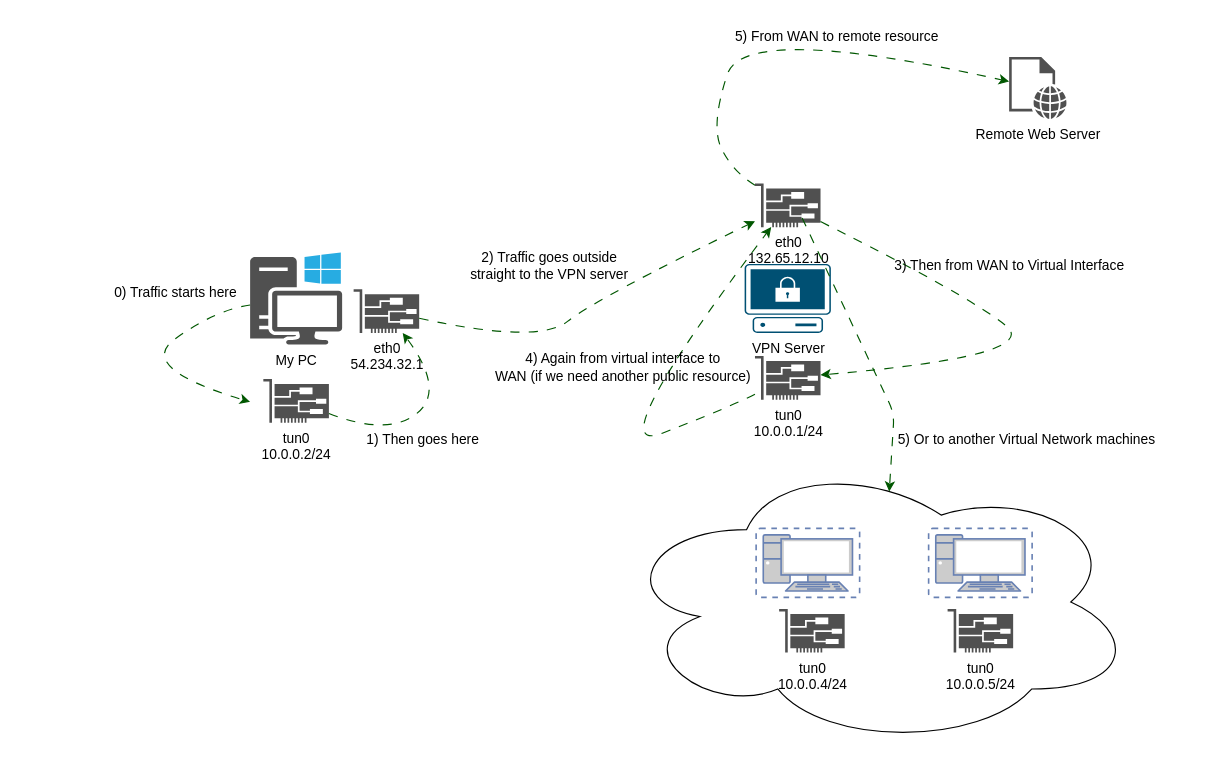
This is VPN.drawio from dimerz-tech/draw.io, a draw.io file, before an edit. Source tidied: cells renumbered, new cells numbered last; positions are measured from the earlier drawing's top-left corner, leaving out a move shared by most shapes. Both pictures are drawn from the tidied source at 115%, with x=0, y=0 at pixel (100, 20).
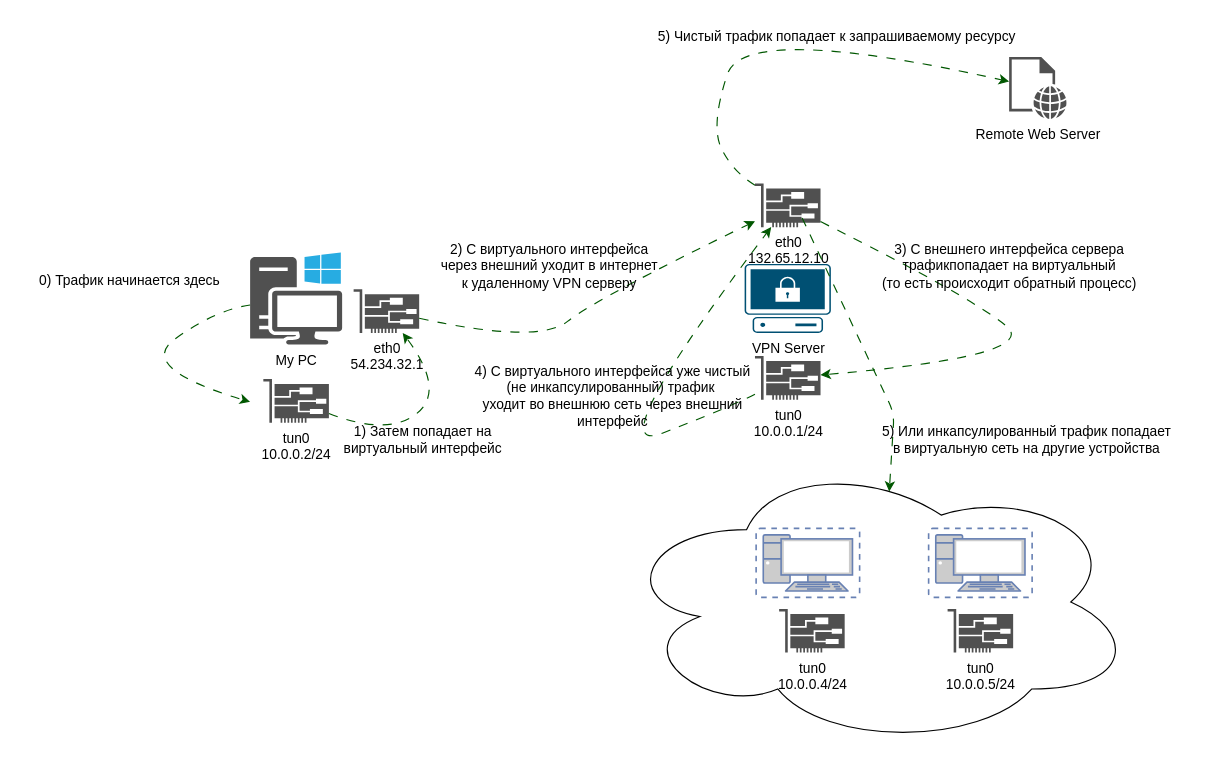
The same page after the edit.

What changed in the source:
```diff
@@
-    <mxCell id="15" value="0) Traffic starts here" style="text;html=1;align=center;verticalAlign=middle;strokeColor=none;fillColor=none;" parent="1" vertex="1">
-      <mxGeometry y="222" width="130" height="30" as="geometry" />
+    <mxCell id="15" value="0) Трафик начинается здесь" style="text;html=1;align=center;verticalAlign=middle;strokeColor=none;fillColor=none;" parent="1" vertex="1">
+      <mxGeometry x="-70" y="212" width="190" height="30" as="geometry" />
     </mxCell>
-    <mxCell id="16" value="1) Then goes here" style="text;html=1;align=center;verticalAlign=middle;strokeColor=none;fillColor=none;" parent="1" vertex="1">
-      <mxGeometry x="220" y="350" width="120" height="30" as="geometry" />
+    <mxCell id="16" value="1) Затем попадает на&lt;br&gt;виртуальный интерфейс" style="text;html=1;align=center;verticalAlign=middle;strokeColor=none;fillColor=none;" parent="1" vertex="1">
+      <mxGeometry x="200" y="345" width="160" height="40" as="geometry" />
     </mxCell>
@@
-    <mxCell id="18" value="2) Traffic goes outside &lt;br&gt;straight to the VPN server" style="text;html=1;align=center;verticalAlign=middle;strokeColor=none;fillColor=none;" parent="1" vertex="1">
-      <mxGeometry x="310" y="194" width="160" height="40" as="geometry" />
+    <mxCell id="18" value="2) С виртуального интерфейса&lt;br&gt;через внешний уходит в интернет&lt;br&gt;к удаленному VPN серверу" style="text;html=1;align=center;verticalAlign=middle;strokeColor=none;fillColor=none;" parent="1" vertex="1">
+      <mxGeometry x="280" y="184" width="220" height="60" as="geometry" />
     </mxCell>
@@
-    <mxCell id="20" value="3) Then from WAN to Virtual Interface" style="text;html=1;align=center;verticalAlign=middle;strokeColor=none;fillColor=none;" parent="1" vertex="1">
-      <mxGeometry x="680" y="199" width="220" height="30" as="geometry" />
+    <mxCell id="20" value="3) С внешнего интерфейса сервера &lt;br&gt;трафикпопадает на виртуальный &lt;br&gt;(то есть происходит обратный процесс)" style="text;html=1;align=center;verticalAlign=middle;strokeColor=none;fillColor=none;" parent="1" vertex="1">
+      <mxGeometry x="665" y="184" width="250" height="60" as="geometry" />
     </mxCell>
@@
-    <mxCell id="22" value="4) Again from virtual interface to &lt;br&gt;WAN (if we need another public resource)" style="text;html=1;align=center;verticalAlign=middle;strokeColor=none;fillColor=none;" parent="1" vertex="1">
-      <mxGeometry x="329" y="282" width="250" height="40" as="geometry" />
+    <mxCell id="22" value="4) С виртуального интерфейса уже чистый&lt;br&gt;(не инкапсулированный) трафик&amp;nbsp;&lt;br&gt;уходит во внешнюю сеть через внешний&lt;br&gt;интерфейс" style="text;html=1;align=center;verticalAlign=middle;strokeColor=none;fillColor=none;" parent="1" vertex="1">
+      <mxGeometry x="310" y="292" width="270" height="70" as="geometry" />
     </mxCell>
@@
-    <mxCell id="24" value="5) From WAN to remote resource" style="text;html=1;align=center;verticalAlign=middle;strokeColor=none;fillColor=none;" parent="1" vertex="1">
-      <mxGeometry x="540" width="200" height="30" as="geometry" />
+    <mxCell id="24" value="5) Чистый трафик попадает к запрашиваемому ресурсу" style="text;html=1;align=center;verticalAlign=middle;strokeColor=none;fillColor=none;" parent="1" vertex="1">
+      <mxGeometry x="470" width="340" height="30" as="geometry" />
     </mxCell>
@@
-    <mxCell id="26" value="5) Or to another Virtual Network machines" style="text;html=1;align=center;verticalAlign=middle;strokeColor=none;fillColor=none;" parent="1" vertex="1">
-      <mxGeometry x="680" y="350" width="250" height="30" as="geometry" />
+    <mxCell id="26" value="5) Или инкапсулированный трафик попадает &lt;br&gt;в виртуальную сеть на другие устройства" style="text;html=1;align=center;verticalAlign=middle;strokeColor=none;fillColor=none;" parent="1" vertex="1">
+      <mxGeometry x="665" y="345" width="280" height="40" as="geometry" />
     </mxCell>
```
